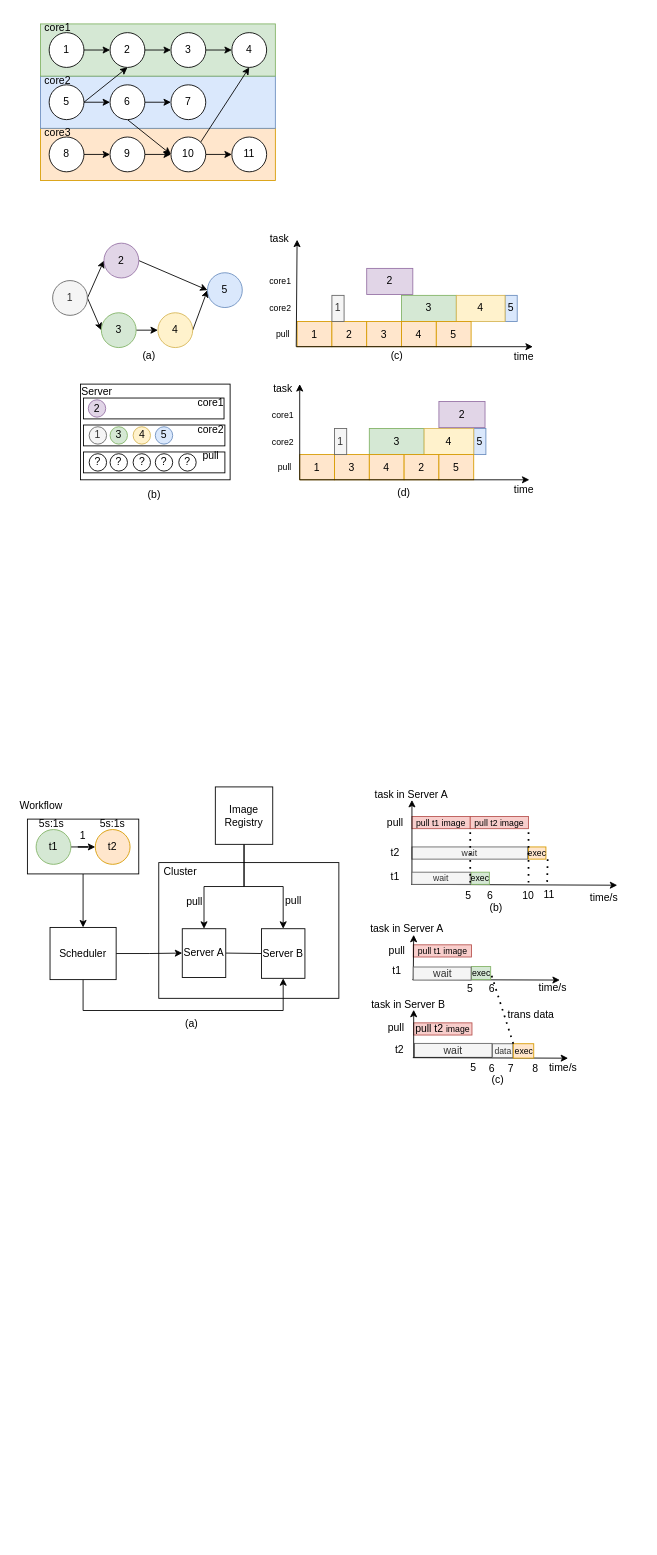
Before: research/小论文.drawio in ksd11/charts, a draw.io diagram. Source tidied: cells renumbered, new cells numbered last; positions are measured from the earlier drawing's top-left corner, leaving out a move shared by most shapes. Both pictures are drawn from the tidied source at 87%, with x=0, y=0 at pixel (15, 15).
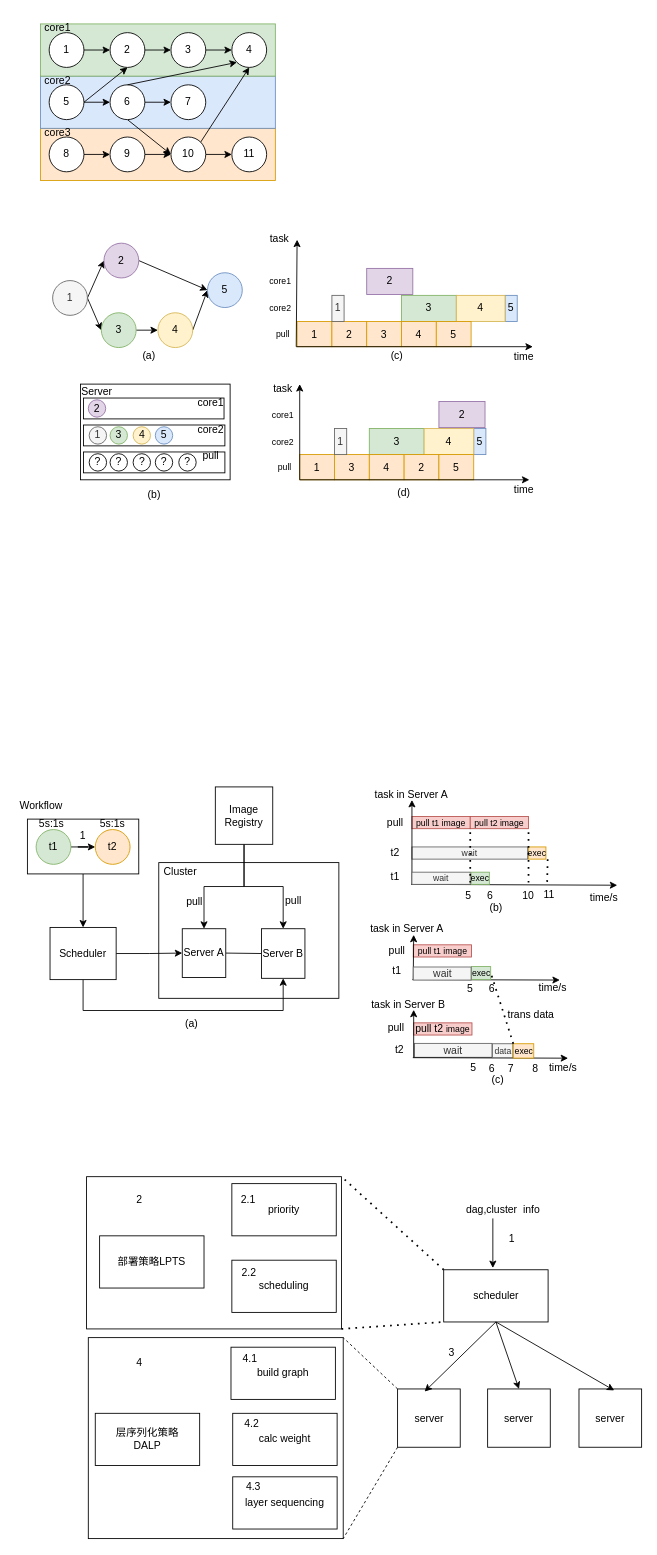
After the change.

Commit message:
更新小论文.drawio

Unchanged cells that the change refers to:
```xml
<mxCell id="12" value="4" style="ellipse;whiteSpace=wrap;html=1;" parent="1" vertex="1">
  <mxGeometry x="249" y="20" width="40" height="40" as="geometry" />
</mxCell>
<mxCell id="18" value="6" style="ellipse;whiteSpace=wrap;html=1;" parent="1" vertex="1">
  <mxGeometry x="109" y="80" width="40" height="40" as="geometry" />
</mxCell>
```

The edit, as a diff of the source:
```diff
@@
+    <mxCell id="168" style="rounded=0;whiteSpace=wrap;html=1;" parent="1" vertex="1">
+      <mxGeometry x="82" y="1335" width="293" height="175" as="geometry" />
+    </mxCell>
+    <mxCell id="169" style="rounded=0;whiteSpace=wrap;html=1;" parent="1" vertex="1">
+      <mxGeometry x="84" y="1520" width="293" height="231" as="geometry" />
+    </mxCell>
@@
+    <mxCell id="170" style="endArrow=classic;html=1;rounded=0;exitX=0.5;exitY=0;exitDx=0;exitDy=0;entryX=0;entryY=1;entryDx=0;entryDy=0;" parent="1" edge="1" source="18" target="12">
+      <mxGeometry relative="1" as="geometry" />
+    </mxCell>
+    <mxCell id="171" value="&lt;div&gt;部署策略LPTS&lt;/div&gt;" style="rounded=0;whiteSpace=wrap;html=1;" parent="1" vertex="1">
+      <mxGeometry x="97" y="1403" width="120" height="60" as="geometry" />
+    </mxCell>
+    <mxCell id="172" value="层序列化策略&lt;br&gt;&lt;div&gt;DALP&lt;/div&gt;" style="rounded=0;whiteSpace=wrap;html=1;" parent="1" vertex="1">
+      <mxGeometry x="92" y="1607" width="120" height="60" as="geometry" />
+    </mxCell>
+    <mxCell id="173" value="priority" style="rounded=0;whiteSpace=wrap;html=1;" parent="1" vertex="1">
+      <mxGeometry x="249" y="1343" width="120" height="60" as="geometry" />
+    </mxCell>
+    <mxCell id="174" value="scheduling" style="rounded=0;whiteSpace=wrap;html=1;" parent="1" vertex="1">
+      <mxGeometry x="249" y="1431" width="120" height="60" as="geometry" />
+    </mxCell>
+    <mxCell id="175" value="build graph" style="rounded=0;whiteSpace=wrap;html=1;" parent="1" vertex="1">
+      <mxGeometry x="248" y="1531" width="120" height="60" as="geometry" />
+    </mxCell>
+    <mxCell id="176" value="calc weight" style="rounded=0;whiteSpace=wrap;html=1;" parent="1" vertex="1">
+      <mxGeometry x="250" y="1607" width="120" height="60" as="geometry" />
+    </mxCell>
+    <mxCell id="177" value="layer sequencing" style="rounded=0;whiteSpace=wrap;html=1;" parent="1" vertex="1">
+      <mxGeometry x="250" y="1680" width="120" height="60" as="geometry" />
+    </mxCell>
+    <mxCell id="178" value="server" style="rounded=0;whiteSpace=wrap;html=1;" parent="1" vertex="1">
+      <mxGeometry x="439.5" y="1579" width="72" height="67" as="geometry" />
+    </mxCell>
+    <mxCell id="179" value="scheduler" style="rounded=0;whiteSpace=wrap;html=1;" parent="1" vertex="1">
+      <mxGeometry x="492.5" y="1442" width="120" height="60" as="geometry" />
+    </mxCell>
+    <mxCell id="180" value="server" style="rounded=0;whiteSpace=wrap;html=1;" parent="1" vertex="1">
+      <mxGeometry x="648" y="1579" width="72" height="67" as="geometry" />
+    </mxCell>
+    <mxCell id="181" value="server" style="rounded=0;whiteSpace=wrap;html=1;" parent="1" vertex="1">
+      <mxGeometry x="543" y="1579" width="72" height="67" as="geometry" />
+    </mxCell>
+    <mxCell id="182" style="endArrow=classic;html=1;rounded=0;" parent="1" edge="1">
+      <mxGeometry relative="1" as="geometry">
+        <mxPoint x="549" y="1383" as="sourcePoint" />
+        <mxPoint x="549" y="1440" as="targetPoint" />
+      </mxGeometry>
+    </mxCell>
+    <mxCell id="183" style="endArrow=classic;html=1;rounded=0;exitX=0.5;exitY=1;exitDx=0;exitDy=0;entryX=0.431;entryY=0.045;entryDx=0;entryDy=0;entryPerimeter=0;" parent="1" edge="1" source="179" target="178">
+      <mxGeometry relative="1" as="geometry" />
+    </mxCell>
+    <mxCell id="184" style="endArrow=classic;html=1;rounded=0;exitX=0.5;exitY=1;exitDx=0;exitDy=0;entryX=0.5;entryY=0;entryDx=0;entryDy=0;" parent="1" edge="1" source="179" target="181">
+      <mxGeometry relative="1" as="geometry" />
+    </mxCell>
+    <mxCell id="185" style="endArrow=classic;html=1;rounded=0;exitX=0.5;exitY=1;exitDx=0;exitDy=0;entryX=0.563;entryY=0.025;entryDx=0;entryDy=0;entryPerimeter=0;" parent="1" edge="1" source="179" target="180">
+      <mxGeometry relative="1" as="geometry" />
+    </mxCell>
+    <mxCell id="186" value="dag,cluster&amp;nbsp; info" style="text;html=1;align=center;verticalAlign=middle;whiteSpace=wrap;rounded=0;" parent="1" vertex="1">
+      <mxGeometry x="506" y="1358" width="110" height="30" as="geometry" />
+    </mxCell>
+    <mxCell id="187" style="endArrow=none;dashed=1;html=1;dashPattern=1 3;strokeWidth=2;rounded=0;entryX=1;entryY=0;entryDx=0;entryDy=0;exitX=0;exitY=0;exitDx=0;exitDy=0;" parent="1" edge="1" source="179" target="168">
+      <mxGeometry relative="1" as="geometry" />
+    </mxCell>
+    <mxCell id="188" style="endArrow=none;dashed=1;html=1;dashPattern=1 3;strokeWidth=2;rounded=0;entryX=0;entryY=1;entryDx=0;entryDy=0;exitX=1;exitY=1;exitDx=0;exitDy=0;" parent="1" edge="1" source="168" target="179">
+      <mxGeometry relative="1" as="geometry" />
+    </mxCell>
+    <mxCell id="189" style="endArrow=none;dashed=1;html=1;rounded=0;entryX=1;entryY=0;entryDx=0;entryDy=0;exitX=0;exitY=0;exitDx=0;exitDy=0;" parent="1" edge="1" source="178" target="169">
+      <mxGeometry relative="1" as="geometry" />
+    </mxCell>
+    <mxCell id="190" style="endArrow=none;dashed=1;html=1;rounded=0;entryX=1;entryY=1;entryDx=0;entryDy=0;exitX=0;exitY=1;exitDx=0;exitDy=0;" parent="1" edge="1" source="178" target="169">
+      <mxGeometry relative="1" as="geometry" />
+    </mxCell>
+    <mxCell id="191" value="1" style="text;html=1;align=center;verticalAlign=middle;whiteSpace=wrap;rounded=0;" parent="1" vertex="1">
+      <mxGeometry x="541" y="1392" width="60" height="30" as="geometry" />
+    </mxCell>
+    <mxCell id="192" value="2" style="text;html=1;align=center;verticalAlign=middle;whiteSpace=wrap;rounded=0;" parent="1" vertex="1">
+      <mxGeometry x="113" y="1347" width="60" height="30" as="geometry" />
+    </mxCell>
+    <mxCell id="193" value="2.1" style="text;html=1;align=center;verticalAlign=middle;whiteSpace=wrap;rounded=0;" parent="1" vertex="1">
+      <mxGeometry x="238" y="1347" width="60" height="30" as="geometry" />
+    </mxCell>
+    <mxCell id="194" value="2.2" style="text;html=1;align=center;verticalAlign=middle;whiteSpace=wrap;rounded=0;" parent="1" vertex="1">
+      <mxGeometry x="239" y="1431" width="60" height="30" as="geometry" />
+    </mxCell>
+    <mxCell id="195" value="3" style="text;html=1;align=center;verticalAlign=middle;whiteSpace=wrap;rounded=0;" parent="1" vertex="1">
+      <mxGeometry x="472" y="1523" width="60" height="30" as="geometry" />
+    </mxCell>
+    <mxCell id="196" value="4" style="text;html=1;align=center;verticalAlign=middle;whiteSpace=wrap;rounded=0;" parent="1" vertex="1">
+      <mxGeometry x="113" y="1534" width="60" height="30" as="geometry" />
+    </mxCell>
+    <mxCell id="197" value="4.1" style="text;html=1;align=center;verticalAlign=middle;whiteSpace=wrap;rounded=0;" parent="1" vertex="1">
+      <mxGeometry x="240" y="1529" width="60" height="30" as="geometry" />
+    </mxCell>
+    <mxCell id="198" value="4.2" style="text;html=1;align=center;verticalAlign=middle;whiteSpace=wrap;rounded=0;" parent="1" vertex="1">
+      <mxGeometry x="242" y="1604" width="60" height="30" as="geometry" />
+    </mxCell>
+    <mxCell id="199" value="4.3" style="text;html=1;align=center;verticalAlign=middle;whiteSpace=wrap;rounded=0;" parent="1" vertex="1">
+      <mxGeometry x="244" y="1677" width="60" height="30" as="geometry" />
+    </mxCell>
```
